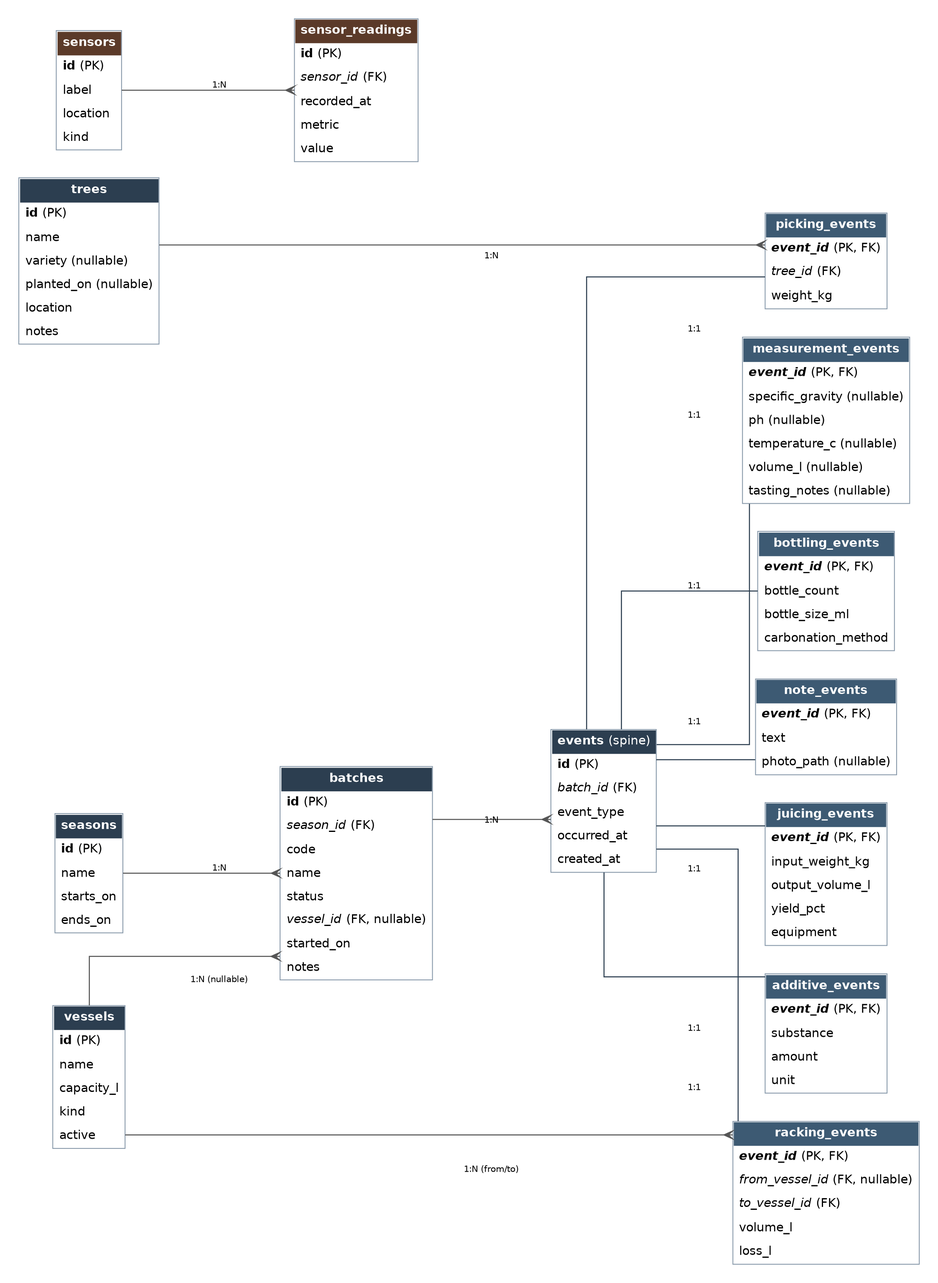
This is schema.png from simpan22/ciderhub, a Graphviz export, as it was before one commit. Its source is kept beside it as schema.dot.
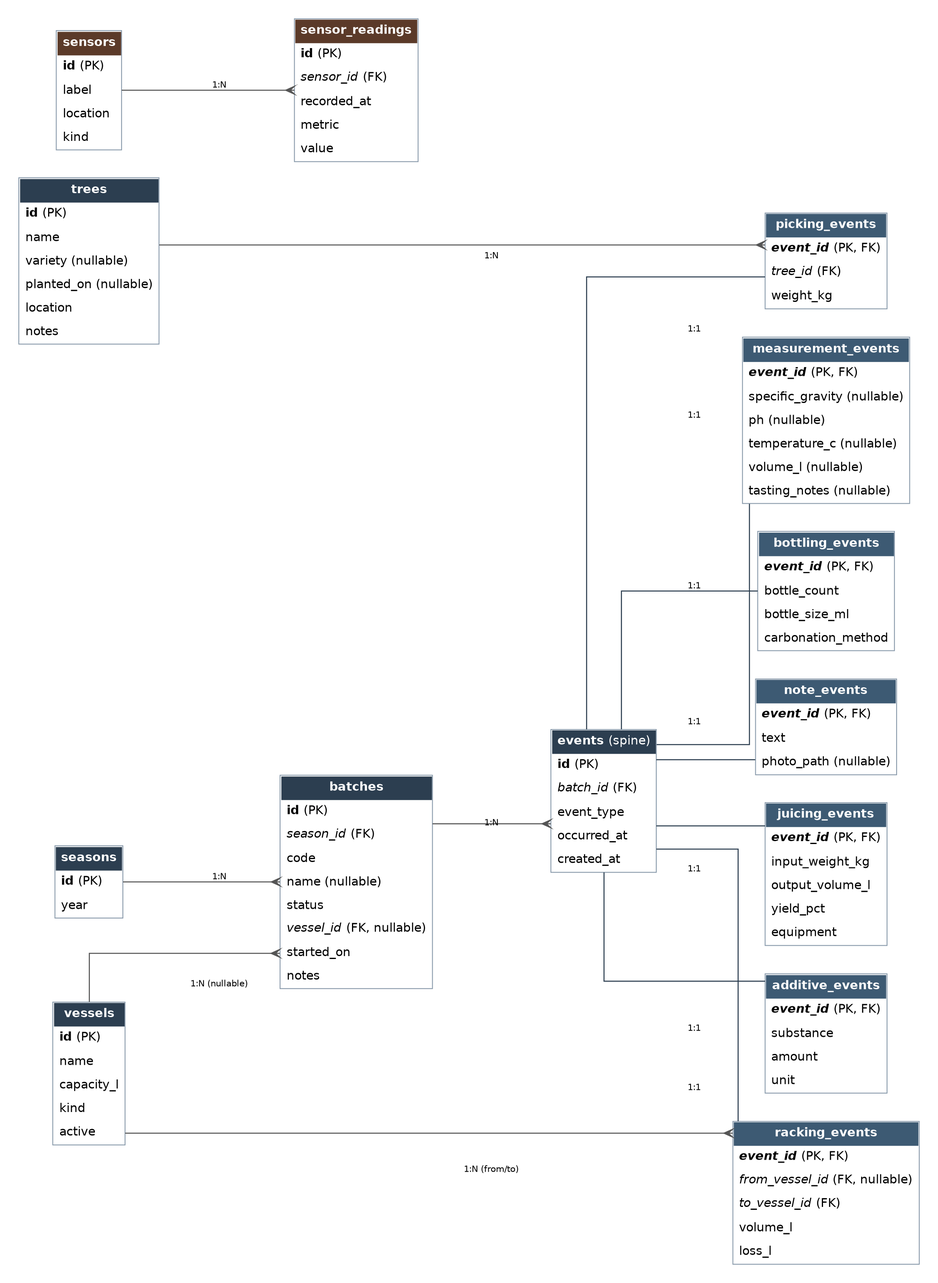
Later version of the same file.

Commit message:
Simplify seasons to a bare year, loosen required batch/tree fields

Diff of the diagram source:
```diff
@@ -7,9 +7,7 @@
     <TABLE BORDER="1" CELLBORDER="0" CELLSPACING="0" CELLPADDING="6" COLOR="#8899aa">
       <TR><TD BGCOLOR="#2c3e50" ALIGN="CENTER"><FONT COLOR="white"><B>seasons</B></FONT></TD></TR>
       <TR><TD ALIGN="LEFT"><B>id</B> (PK)</TD></TR>
-      <TR><TD ALIGN="LEFT">name</TD></TR>
-      <TR><TD ALIGN="LEFT">starts_on</TD></TR>
-      <TR><TD ALIGN="LEFT">ends_on</TD></TR>
+      <TR><TD ALIGN="LEFT">year</TD></TR>
     </TABLE>
   >];
 
@@ -42,7 +40,7 @@
       <TR><TD ALIGN="LEFT"><B>id</B> (PK)</TD></TR>
       <TR><TD ALIGN="LEFT"><I>season_id</I> (FK)</TD></TR>
       <TR><TD ALIGN="LEFT">code</TD></TR>
-      <TR><TD ALIGN="LEFT">name</TD></TR>
+      <TR><TD ALIGN="LEFT">name (nullable)</TD></TR>
       <TR><TD ALIGN="LEFT">status</TD></TR>
       <TR><TD ALIGN="LEFT"><I>vessel_id</I> (FK, nullable)</TD></TR>
       <TR><TD ALIGN="LEFT">started_on</TD></TR>
```
